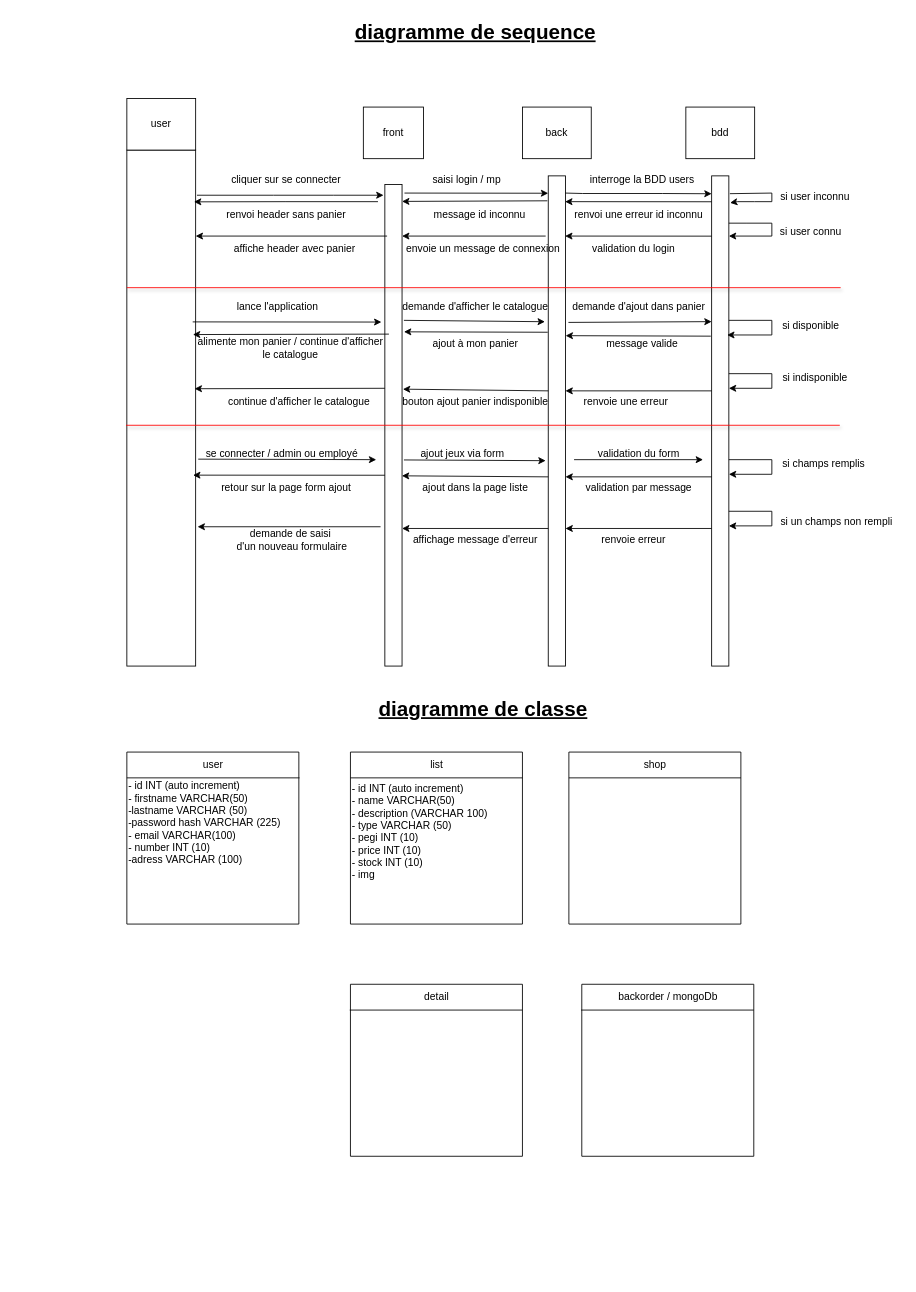
Earlier version of the draw.io diagram Diagramme sans nom.drawio (Nairolf7793/Nairolf7793). Source tidied: cells renumbered, new cells numbered last; positions are measured from the earlier drawing's top-left corner, leaving out a move shared by most shapes. Both pictures are drawn from the tidied source at 86%, with x=0, y=0 at pixel (126, 15).
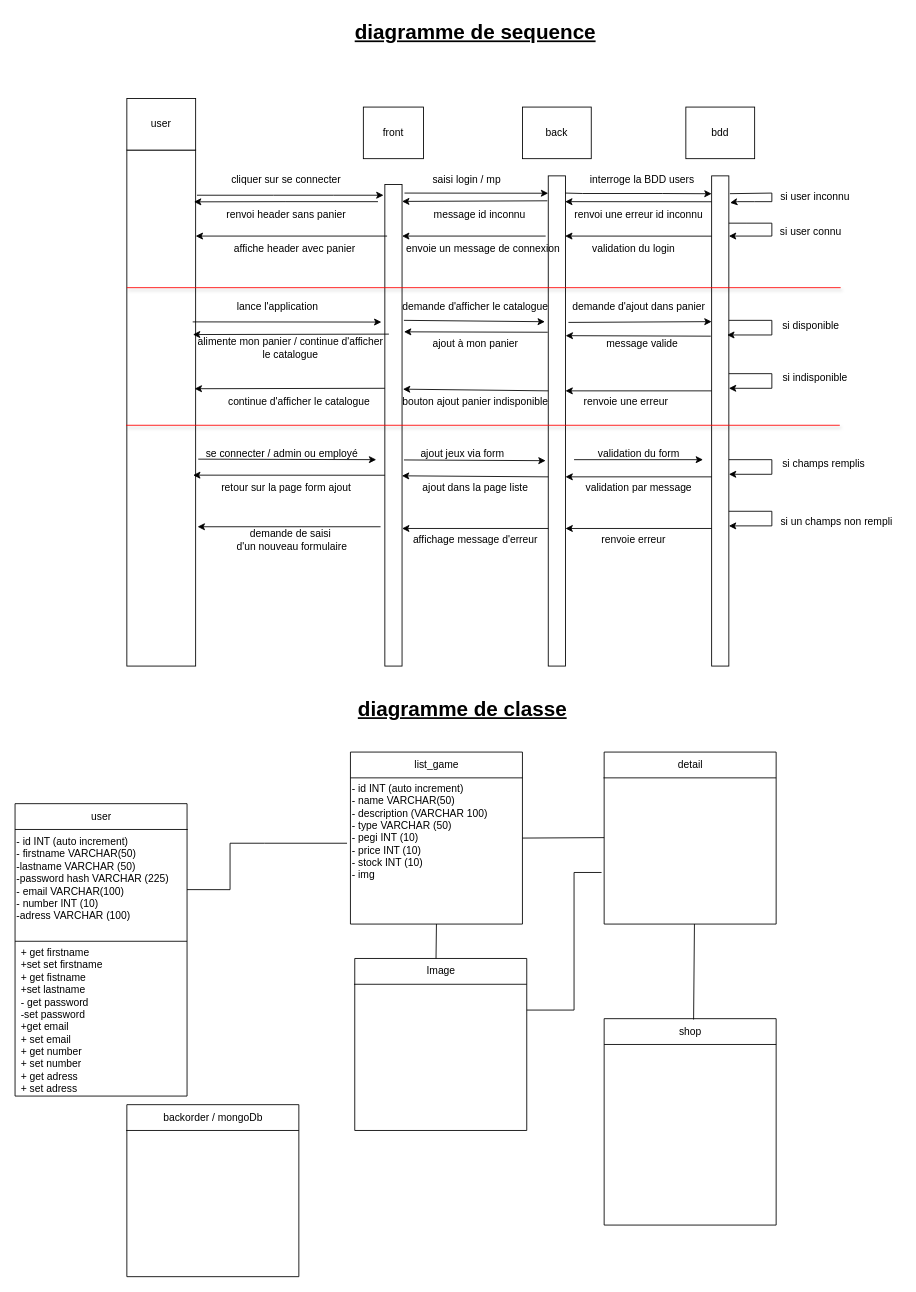
The same page after the edit.

Commit message:
diagramme gamestore

The change refers to these unchanged cells:
```xml
<mxCell id="82" style="swimlane;startSize=0;" parent="1" vertex="1">
  <mxGeometry x="261" y="857" width="200" height="200" as="geometry" />
</mxCell>
<mxCell id="85" value="- id INT (auto increment)&lt;div&gt;- name VARCHAR(50)&lt;/div&gt;&lt;div&gt;- description (VARCHAR 100)&lt;/div&gt;&lt;div&gt;- type VARCHAR (50)&lt;/div&gt;&lt;div&gt;&lt;span style=&quot;background-color: initial;&quot;&gt;- pegi INT (10)&lt;/span&gt;&lt;/div&gt;&lt;div&gt;&lt;span style=&quot;background-color: initial;&quot;&gt;- price INT (10)&lt;/span&gt;&lt;/div&gt;&lt;div&gt;- stock INT (10)&lt;/div&gt;&lt;div&gt;- img&amp;nbsp;&lt;/div&gt;&lt;div&gt;&lt;br&gt;&lt;/div&gt;" style="text;html=1;align=left;verticalAlign=middle;points=[];strokeColor=none;fillColor=none;" parent="82" vertex="1">
  <mxGeometry y="30" width="180" height="140" as="geometry" />
</mxCell>
<mxCell id="87" value="shop" style="text;html=1;align=center;verticalAlign=middle;points=[];strokeColor=none;fillColor=none;" parent="86" vertex="1">
  <mxGeometry x="75" width="50" height="30" as="geometry" />
</mxCell>
```

The edit, as a diff of the source:
```diff
@@
     <mxCell id="78" style="swimlane;startSize=0;" parent="1" vertex="1">
-      <mxGeometry x="1" y="857" width="200" height="200" as="geometry" />
+      <mxGeometry x="-129" y="917" width="200" height="340" as="geometry" />
     </mxCell>
@@
     <mxCell id="81" value="- id INT (auto increment)&lt;div&gt;- firstname VARCHAR(50)&lt;/div&gt;&lt;div&gt;-lastname VARCHAR (50)&lt;/div&gt;&lt;div&gt;-password hash&amp;nbsp;&lt;span style=&quot;background-color: initial;&quot;&gt;VARCHAR (225)&lt;/span&gt;&lt;/div&gt;&lt;div&gt;&lt;span style=&quot;background-color: initial;&quot;&gt;- email VARCHAR(100)&lt;/span&gt;&lt;/div&gt;&lt;div&gt;- number INT (10)&lt;/div&gt;&lt;div&gt;-adress VARCHAR (100)&lt;/div&gt;&lt;div&gt;&lt;br&gt;&lt;/div&gt;" style="text;html=1;align=left;verticalAlign=middle;points=[];strokeColor=none;fillColor=none;" parent="78" vertex="1">
-      <mxGeometry y="25" width="200" height="130" as="geometry" />
+      <mxGeometry y="30" width="200" height="130" as="geometry" />
     </mxCell>
+    <mxCell id="97" style="endArrow=none;html=1;rounded=0;" parent="78" edge="1">
+      <mxGeometry relative="1" as="geometry">
+        <mxPoint y="160" as="sourcePoint" />
+        <mxPoint x="200" y="160" as="targetPoint" />
+      </mxGeometry>
+    </mxCell>
+    <mxCell id="98" value="+ get firstname&lt;div&gt;+set set firstname&lt;/div&gt;&lt;div&gt;+ get fistname&lt;/div&gt;&lt;div&gt;+set lastname&lt;/div&gt;&lt;div&gt;- get password&lt;/div&gt;&lt;div&gt;-set password&lt;/div&gt;&lt;div&gt;+get email&lt;/div&gt;&lt;div&gt;+ set email&lt;/div&gt;&lt;div&gt;+ get number&lt;/div&gt;&lt;div&gt;+ set number&lt;/div&gt;&lt;div&gt;+ get adress&lt;/div&gt;&lt;div&gt;+ set adress&lt;/div&gt;&lt;div&gt;&lt;br&gt;&lt;/div&gt;" style="text;html=1;align=left;verticalAlign=middle;strokeColor=none;fillColor=none;" parent="78" vertex="1">
+      <mxGeometry x="5" y="160" width="120" height="200" as="geometry" />
+    </mxCell>
@@
-    <mxCell id="83" value="list" style="text;html=1;align=center;verticalAlign=middle;strokeColor=none;fillColor=none;" parent="82" vertex="1">
-      <mxGeometry x="80" width="40" height="30" as="geometry" />
+    <mxCell id="83" value="list_game" style="text;html=1;align=center;verticalAlign=middle;strokeColor=none;fillColor=none;" parent="82" vertex="1">
+      <mxGeometry x="65" width="70" height="30" as="geometry" />
     </mxCell>
@@
+    <mxCell id="99" style="endArrow=none;html=1;rounded=0;" parent="82" edge="1">
+      <mxGeometry relative="1" as="geometry">
+        <mxPoint x="99.5" y="240" as="sourcePoint" />
+        <mxPoint x="100" y="200" as="targetPoint" />
+      </mxGeometry>
+    </mxCell>
     <mxCell id="86" style="swimlane;startSize=0;" parent="1" vertex="1">
-      <mxGeometry x="515" y="857" width="200" height="200" as="geometry" />
+      <mxGeometry x="556" y="1167" width="200" height="240" as="geometry" />
     </mxCell>
@@
     <mxCell id="89" style="swimlane;startSize=0;" parent="1" vertex="1">
-      <mxGeometry x="261" y="1127" width="200" height="200" as="geometry" />
+      <mxGeometry x="556" y="857" width="200" height="200" as="geometry" />
     </mxCell>
@@
     <mxCell id="93" value="&lt;font style=&quot;font-size: 24px;&quot;&gt;&lt;b&gt;&lt;u&gt;diagramme de classe&lt;/u&gt;&lt;/b&gt;&lt;/font&gt;" style="text;html=1;align=center;verticalAlign=middle;strokeColor=none;fillColor=none;" parent="1" vertex="1">
-      <mxGeometry x="280" y="787" width="270" height="40" as="geometry" />
+      <mxGeometry x="256" y="787" width="270" height="40" as="geometry" />
     </mxCell>
     <mxCell id="94" style="swimlane;startSize=0;" parent="1" vertex="1">
-      <mxGeometry x="530" y="1127" width="200" height="200" as="geometry" />
+      <mxGeometry x="1" y="1267" width="200" height="200" as="geometry" />
     </mxCell>
@@
+    <mxCell id="100" style="endArrow=none;html=1;rounded=0;entryX=-0.022;entryY=0.543;entryDx=0;entryDy=0;entryPerimeter=0;exitX=1;exitY=0.538;exitDx=0;exitDy=0;exitPerimeter=0;" parent="1" edge="1" source="81" target="85">
+      <mxGeometry relative="1" as="geometry">
+        <Array as="points">
+          <mxPoint x="121" y="1017" />
+          <mxPoint x="121" y="963" />
+          <mxPoint x="161" y="963" />
+        </Array>
+      </mxGeometry>
+    </mxCell>
+    <mxCell id="101" style="endArrow=none;html=1;rounded=0;exitX=1;exitY=0.5;exitDx=0;exitDy=0;" parent="1" edge="1" source="82">
+      <mxGeometry relative="1" as="geometry">
+        <mxPoint x="556" y="956.5" as="targetPoint" />
+      </mxGeometry>
+    </mxCell>
+    <mxCell id="102" style="edgeStyle=none;rounded=0;orthogonalLoop=1;jettySize=auto;html=1;exitX=0;exitY=0.25;exitDx=0;exitDy=0;" parent="1" edge="1" source="94" target="94">
+      <mxGeometry relative="1" as="geometry" />
+    </mxCell>
+    <mxCell id="103" style="endArrow=none;html=1;rounded=0;exitX=0.58;exitY=0.033;exitDx=0;exitDy=0;exitPerimeter=0;" parent="1" edge="1" source="87">
+      <mxGeometry relative="1" as="geometry">
+        <mxPoint x="661" y="1057" as="targetPoint" />
+      </mxGeometry>
+    </mxCell>
+    <mxCell id="104" style="swimlane;startSize=0;" parent="1" vertex="1">
+      <mxGeometry x="266" y="1097" width="200" height="200" as="geometry" />
+    </mxCell>
+    <mxCell id="105" value="Image" style="text;html=1;align=center;verticalAlign=middle;strokeColor=none;fillColor=none;" parent="104" vertex="1">
+      <mxGeometry x="70" width="60" height="30" as="geometry" />
+    </mxCell>
+    <mxCell id="106" style="endArrow=none;html=1;rounded=0;exitX=-0.017;exitY=0.15;exitDx=0;exitDy=0;exitPerimeter=0;entryX=0.987;entryY=0.15;entryDx=0;entryDy=0;entryPerimeter=0;" parent="104" edge="1">
+      <mxGeometry relative="1" as="geometry">
+        <mxPoint x="-0.8" y="30" as="sourcePoint" />
+        <mxPoint x="200" y="30" as="targetPoint" />
+      </mxGeometry>
+    </mxCell>
+    <mxCell id="107" style="endArrow=none;html=1;rounded=0;entryX=-0.015;entryY=0.7;entryDx=0;entryDy=0;entryPerimeter=0;" parent="1" edge="1" target="89">
+      <mxGeometry relative="1" as="geometry">
+        <mxPoint x="466" y="1157" as="sourcePoint" />
+        <Array as="points">
+          <mxPoint x="521" y="1157" />
+          <mxPoint x="521" y="997" />
+        </Array>
+      </mxGeometry>
+    </mxCell>
```
